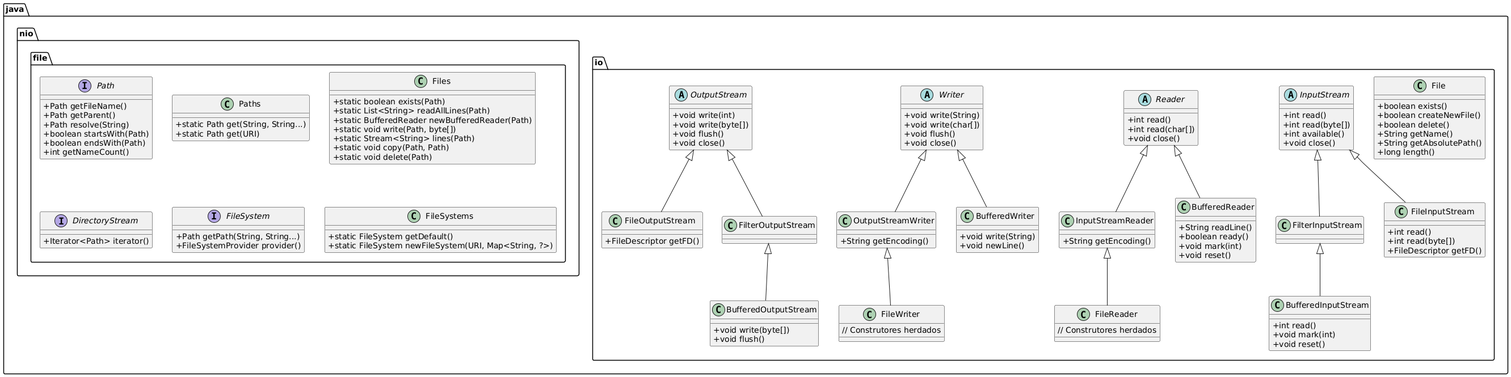
Earlier version of the PlantUML export lectures/examples/12-file/doc/file.png (caioamorim7/poo).
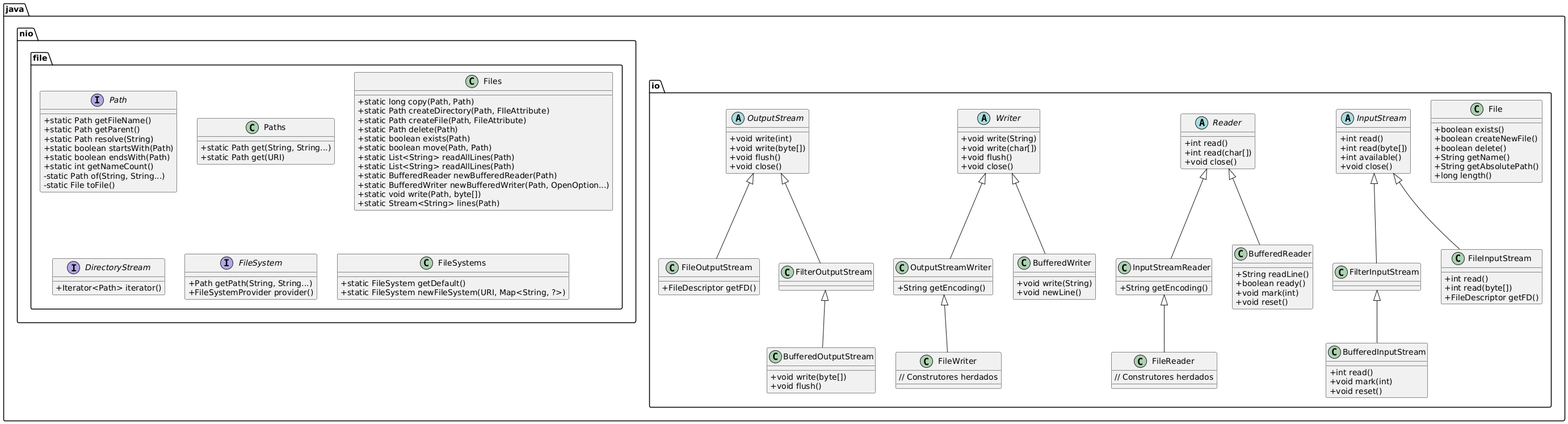
Later version of the same file.

Commit message:
atualizando modelo

The edit, as a diff of the source:
```diff
@@ -96,12 +96,14 @@
 package "java.nio.file" {
 
     interface Path {
-        +Path getFileName()
-        +Path getParent()
-        +Path resolve(String)
-        +boolean startsWith(Path)
-        +boolean endsWith(Path)
-        +int getNameCount()
+        +static Path getFileName()
+        +static Path getParent()
+        +static Path resolve(String)
+        +static boolean startsWith(Path)
+        +static boolean endsWith(Path)
+        +static int getNameCount()
+        -static Path of(String, String...)
+        -static File toFile()
     }
 
     class Paths {
@@ -110,13 +112,18 @@
     }
 
     class Files {
+        +static long copy(Path, Path)
+        +static Path createDirectory(Path, FIleAttribute)
+        +static Path createFile(Path, FileAttribute)
+        +static Path delete(Path)
         +static boolean exists(Path)
+        +static boolean move(Path, Path)
+        +static List<String> readAllLines(Path)
         +static List<String> readAllLines(Path)
         +static BufferedReader newBufferedReader(Path)
+        +static BufferedWriter newBufferedWriter(Path, OpenOption...)
         +static void write(Path, byte[])
         +static Stream<String> lines(Path)
-        +static void copy(Path, Path)
-        +static void delete(Path)
     }
 
     interface DirectoryStream {
```
